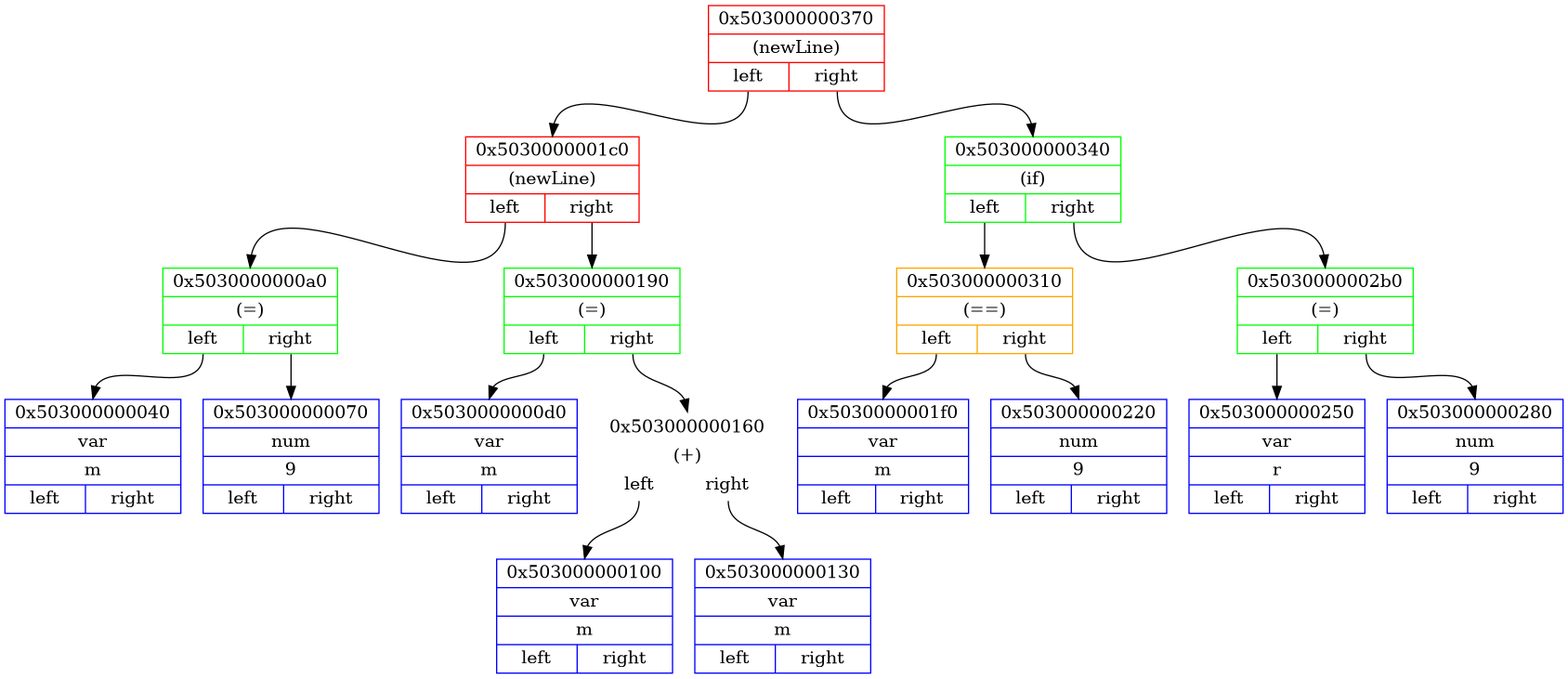
Above: png_files/predprocessingTree.dot.png in Matvey787/myProgLanguage (Graphviz), before the change. Its source is kept beside it as predprocessingTree.dot.
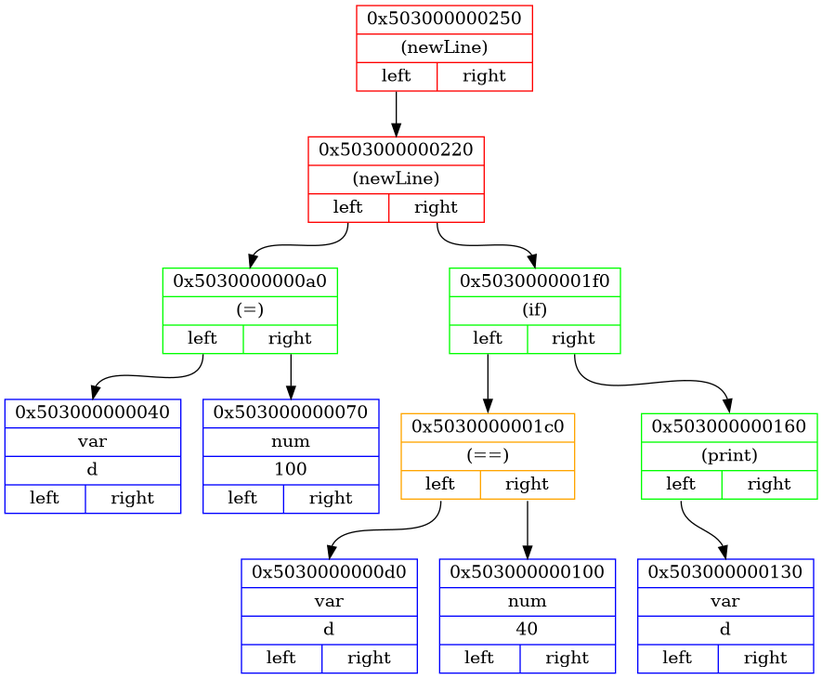
Later version of the same file.

What changed in the source:
```diff
@@ -2,37 +2,25 @@
 {
 rankdir=HR;
 
-node0x503000000370 [ shape=record, color = red rank = 1, label= "{ 0x503000000370 | (newLine) | {<n0x503000000370_l> left | <n0x503000000370_r> right}} " ];
-node0x5030000001c0 [ shape=record, color = red rank = 2, label= "{ 0x5030000001c0 | (newLine) | {<n0x5030000001c0_l> left | <n0x5030000001c0_r> right}} " ];
-node0x5030000000a0 [ shape=record, color = green rank = 3, label= "{ 0x5030000000a0 | (=) | {<n0x5030000000a0_l> left | <n0x5030000000a0_r> right}} " ];
-node0x503000000040 [ shape=record, color = blue rank = 4, label= "{ 0x503000000040 | var | m | {<n0x503000000040_l> left | <n0x503000000040_r> right}} " ];
+node0x503000000250 [ shape=record, color = red rank = 1, label= "{ 0x503000000250 | (newLine) |         {<n0x503000000250_l> left | <n0x503000000250_r> right}} " ];
+node0x503000000220 [ shape=record, color = red rank = 2, label= "{ 0x503000000220 | (newLine) |         {<n0x503000000220_l> left | <n0x503000000220_r> right}} " ];
+node0x5030000000a0 [ shape=record, color = green rank = 3, label= "{ 0x5030000000a0 | (=) |         {<n0x5030000000a0_l> left | <n0x5030000000a0_r> right}} " ];
+node0x503000000040 [ shape=record, color = blue rank = 4, label= "{ 0x503000000040 | var | d |         {<n0x503000000040_l> left | <n0x503000000040_r> right}} " ];
 node0x5030000000a0:<n0x5030000000a0_l>:s -> node0x503000000040:n [ color = black; ]
-node0x503000000070 [ shape=record, color = blue rank = 5, label= "{ 0x503000000070 | num | 9 | {<n0x503000000070_l> left | <n0x503000000070_r> right}} " ];
+node0x503000000070 [ shape=record, color = blue rank = 5, label= "{ 0x503000000070 | num | 100 |         {<n0x503000000070_l> left | <n0x503000000070_r> right}} " ];
 node0x5030000000a0:<n0x5030000000a0_r>:s -> node0x503000000070:n [ color = black; ]
-node0x5030000001c0:<n0x5030000001c0_l>:s -> node0x5030000000a0:n [ color = black; ]
-node0x503000000190 [ shape=record, color = green rank = 4, label= "{ 0x503000000190 | (=) | {<n0x503000000190_l> left | <n0x503000000190_r> right}} " ];
-node0x5030000000d0 [ shape=record, color = blue rank = 5, label= "{ 0x5030000000d0 | var | m | {<n0x5030000000d0_l> left | <n0x5030000000d0_r> right}} " ];
-node0x503000000190:<n0x503000000190_l>:s -> node0x5030000000d0:n [ color = black; ]
-node0x503000000160 [ shape=record, color = white rank = 6, label= "{ 0x503000000160 | (+) | {<n0x503000000160_l> left | <n0x503000000160_r> right}} " ];
-node0x503000000100 [ shape=record, color = blue rank = 7, label= "{ 0x503000000100 | var | m | {<n0x503000000100_l> left | <n0x503000000100_r> right}} " ];
-node0x503000000160:<n0x503000000160_l>:s -> node0x503000000100:n [ color = black; ]
-node0x503000000130 [ shape=record, color = blue rank = 8, label= "{ 0x503000000130 | var | m | {<n0x503000000130_l> left | <n0x503000000130_r> right}} " ];
-node0x503000000160:<n0x503000000160_r>:s -> node0x503000000130:n [ color = black; ]
-node0x503000000190:<n0x503000000190_r>:s -> node0x503000000160:n [ color = black; ]
-node0x5030000001c0:<n0x5030000001c0_r>:s -> node0x503000000190:n [ color = black; ]
-node0x503000000370:<n0x503000000370_l>:s -> node0x5030000001c0:n [ color = black; ]
-node0x503000000340 [ shape=record, color = green rank = 3, label= "{ 0x503000000340 | (if) | {<n0x503000000340_l> left | <n0x503000000340_r> right}} " ];
-node0x503000000310 [ shape=record, color = orange rank = 4, label= "{ 0x503000000310 | (==) | {<n0x503000000310_l> left | <n0x503000000310_r> right}} " ];
-node0x5030000001f0 [ shape=record, color = blue rank = 5, label= "{ 0x5030000001f0 | var | m | {<n0x5030000001f0_l> left | <n0x5030000001f0_r> right}} " ];
-node0x503000000310:<n0x503000000310_l>:s -> node0x5030000001f0:n [ color = black; ]
-node0x503000000220 [ shape=record, color = blue rank = 6, label= "{ 0x503000000220 | num | 9 | {<n0x503000000220_l> left | <n0x503000000220_r> right}} " ];
-node0x503000000310:<n0x503000000310_r>:s -> node0x503000000220:n [ color = black; ]
-node0x503000000340:<n0x503000000340_l>:s -> node0x503000000310:n [ color = black; ]
-node0x5030000002b0 [ shape=record, color = green rank = 5, label= "{ 0x5030000002b0 | (=) | {<n0x5030000002b0_l> left | <n0x5030000002b0_r> right}} " ];
-node0x503000000250 [ shape=record, color = blue rank = 6, label= "{ 0x503000000250 | var | r | {<n0x503000000250_l> left | <n0x503000000250_r> right}} " ];
-node0x5030000002b0:<n0x5030000002b0_l>:s -> node0x503000000250:n [ color = black; ]
-node0x503000000280 [ shape=record, color = blue rank = 7, label= "{ 0x503000000280 | num | 9 | {<n0x503000000280_l> left | <n0x503000000280_r> right}} " ];
-node0x5030000002b0:<n0x5030000002b0_r>:s -> node0x503000000280:n [ color = black; ]
-node0x503000000340:<n0x503000000340_r>:s -> node0x5030000002b0:n [ color = black; ]
-node0x503000000370:<n0x503000000370_r>:s -> node0x503000000340:n [ color = black; ]
+node0x503000000220:<n0x503000000220_l>:s -> node0x5030000000a0:n [ color = black; ]
+node0x5030000001f0 [ shape=record, color = green rank = 4, label= "{ 0x5030000001f0 | (if) |         {<n0x5030000001f0_l> left | <n0x5030000001f0_r> right}} " ];
+node0x5030000001c0 [ shape=record, color = orange rank = 5, label= "{ 0x5030000001c0 | (==) |         {<n0x5030000001c0_l> left | <n0x5030000001c0_r> right}} " ];
+node0x5030000000d0 [ shape=record, color = blue rank = 6, label= "{ 0x5030000000d0 | var | d |         {<n0x5030000000d0_l> left | <n0x5030000000d0_r> right}} " ];
+node0x5030000001c0:<n0x5030000001c0_l>:s -> node0x5030000000d0:n [ color = black; ]
+node0x503000000100 [ shape=record, color = blue rank = 7, label= "{ 0x503000000100 | num | 40 |         {<n0x503000000100_l> left | <n0x503000000100_r> right}} " ];
+node0x5030000001c0:<n0x5030000001c0_r>:s -> node0x503000000100:n [ color = black; ]
+node0x5030000001f0:<n0x5030000001f0_l>:s -> node0x5030000001c0:n [ color = black; ]
+node0x503000000160 [ shape=record, color = green rank = 6, label= "{ 0x503000000160 | (print) |         {<n0x503000000160_l> left | <n0x503000000160_r> right}} " ];
+node0x503000000130 [ shape=record, color = blue rank = 7, label= "{ 0x503000000130 | var | d |         {<n0x503000000130_l> left | <n0x503000000130_r> right}} " ];
+node0x503000000160:<n0x503000000160_l>:s -> node0x503000000130:n [ color = black; ]
+node0x5030000001f0:<n0x5030000001f0_r>:s -> node0x503000000160:n [ color = black; ]
+node0x503000000220:<n0x503000000220_r>:s -> node0x5030000001f0:n [ color = black; ]
+node0x503000000250:<n0x503000000250_l>:s -> node0x503000000220:n [ color = black; ]
 }
```
